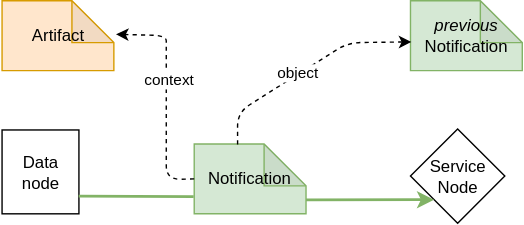
The draw.io diagram images/request_response_data_node_cancel.svg in MellonScholarlyCommunication/spec-notifications, before a commit. Source tidied: cells renumbered, new cells last; positions are measured from the earlier drawing's top-left corner, leaving out a move shared by most shapes. The source it was exported from:
```xml
<mxGraphModel>
  <root>
    <mxCell id="0" />
    <mxCell id="1" parent="0" />
    <mxCell id="2" value="Data node" style="rounded=0;whiteSpace=wrap;html=1;rotation=0;" parent="1" vertex="1">
      <mxGeometry x="0.5" y="92.5" width="55" height="60" as="geometry" />
    </mxCell>
    <mxCell id="3" value="Notification" style="shape=note;whiteSpace=wrap;html=1;backgroundOutline=1;darkOpacity=0.05;strokeColor=#82b366;fillColor=#d5e8d4;" parent="1" vertex="1">
      <mxGeometry x="138" y="102.5" width="80" height="50" as="geometry" />
    </mxCell>
    <mxCell id="4" value="Artifact" style="shape=note;whiteSpace=wrap;html=1;backgroundOutline=1;darkOpacity=0.05;strokeColor=#d79b00;fillColor=#ffe6cc;" parent="1" vertex="1">
      <mxGeometry x="0.5" width="80" height="50" as="geometry" />
    </mxCell>
    <mxCell id="5" style="endArrow=classic;html=1;exitX=0;exitY=0.5;exitDx=0;exitDy=0;exitPerimeter=0;entryX=1.019;entryY=0.48;entryDx=0;entryDy=0;entryPerimeter=0;dashed=1;" parent="1" edge="1" source="3" target="4">
      <mxGeometry relative="1" as="geometry">
        <Array as="points">
          <mxPoint x="118" y="128" />
          <mxPoint x="118" y="40" />
          <mxPoint x="118" y="25" />
        </Array>
      </mxGeometry>
    </mxCell>
    <mxCell id="6" value="context" style="edgeLabel;html=1;align=center;verticalAlign=middle;" parent="5" vertex="1">
      <mxGeometry x="0.15" y="-2" relative="1" as="geometry" />
    </mxCell>
    <mxCell id="7" value="Service&lt;br&gt;Node" style="rhombus;whiteSpace=wrap;html=1;" parent="1" vertex="1">
      <mxGeometry x="292.8" y="91.8" width="67.5" height="67.5" as="geometry" />
    </mxCell>
    <mxCell id="8" value="&lt;i&gt;previous&lt;/i&gt;&lt;br&gt;Notification" style="shape=note;whiteSpace=wrap;html=1;backgroundOutline=1;darkOpacity=0.05;strokeColor=#82b366;fillColor=#d5e8d4;" parent="1" vertex="1">
      <mxGeometry x="292.8" width="80" height="50" as="geometry" />
    </mxCell>
    <mxCell id="9" style="endArrow=classic;html=1;rounded=1;strokeWidth=1;fontSize=11;exitX=0.388;exitY=0.007;exitDx=0;exitDy=0;exitPerimeter=0;entryX=0.008;entryY=0.59;entryDx=0;entryDy=0;entryPerimeter=0;dashed=1;" parent="1" edge="1" target="8">
      <mxGeometry relative="1" as="geometry">
        <mxPoint x="169" y="102.9" as="sourcePoint" />
        <Array as="points">
          <mxPoint x="169" y="80" />
          <mxPoint x="248" y="30" />
        </Array>
      </mxGeometry>
    </mxCell>
    <mxCell id="10" value="object" style="edgeLabel;html=1;align=center;verticalAlign=middle;fontSize=11;" parent="9" vertex="1">
      <mxGeometry x="-0.08" y="1" relative="1" as="geometry" />
    </mxCell>
    <mxCell id="11" style="endArrow=none;html=1;rounded=0;entryX=-0.005;entryY=0.753;entryDx=0;entryDy=0;entryPerimeter=0;exitX=0.997;exitY=0.788;exitDx=0;exitDy=0;exitPerimeter=0;strokeWidth=2;fillColor=#d5e8d4;strokeColor=#82b366;" parent="1" edge="1" source="2" target="3">
      <mxGeometry relative="1" as="geometry" />
    </mxCell>
    <mxCell id="12" style="endArrow=classic;html=1;rounded=0;strokeWidth=2;entryX=0;entryY=1;entryDx=0;entryDy=0;exitX=0;exitY=0;exitDx=80;exitDy=40;exitPerimeter=0;fillColor=#d5e8d4;strokeColor=#82b366;" parent="1" edge="1" source="3" target="7">
      <mxGeometry relative="1" as="geometry" />
    </mxCell>
  </root>
</mxGraphModel>
```
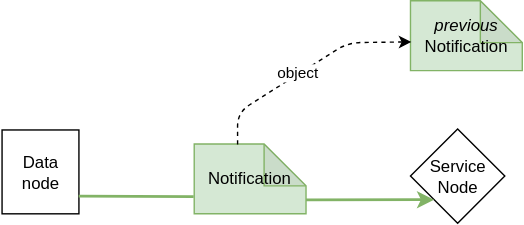
The same diagram one commit later.

Commit message:
Removing the context from cancel responses

Change to the diagram source:
```diff
@@ -8,21 +8,6 @@
     <mxCell id="3" value="Notification" style="shape=note;whiteSpace=wrap;html=1;backgroundOutline=1;darkOpacity=0.05;strokeColor=#82b366;fillColor=#d5e8d4;" parent="1" vertex="1">
       <mxGeometry x="138" y="102.5" width="80" height="50" as="geometry" />
     </mxCell>
-    <mxCell id="4" value="Artifact" style="shape=note;whiteSpace=wrap;html=1;backgroundOutline=1;darkOpacity=0.05;strokeColor=#d79b00;fillColor=#ffe6cc;" parent="1" vertex="1">
-      <mxGeometry x="0.5" width="80" height="50" as="geometry" />
-    </mxCell>
-    <mxCell id="5" style="endArrow=classic;html=1;exitX=0;exitY=0.5;exitDx=0;exitDy=0;exitPerimeter=0;entryX=1.019;entryY=0.48;entryDx=0;entryDy=0;entryPerimeter=0;dashed=1;" parent="1" edge="1" source="3" target="4">
-      <mxGeometry relative="1" as="geometry">
-        <Array as="points">
-          <mxPoint x="118" y="128" />
-          <mxPoint x="118" y="40" />
-          <mxPoint x="118" y="25" />
-        </Array>
-      </mxGeometry>
-    </mxCell>
-    <mxCell id="6" value="context" style="edgeLabel;html=1;align=center;verticalAlign=middle;" parent="5" vertex="1">
-      <mxGeometry x="0.15" y="-2" relative="1" as="geometry" />
-    </mxCell>
     <mxCell id="7" value="Service&lt;br&gt;Node" style="rhombus;whiteSpace=wrap;html=1;" parent="1" vertex="1">
       <mxGeometry x="292.8" y="91.8" width="67.5" height="67.5" as="geometry" />
     </mxCell>
```
